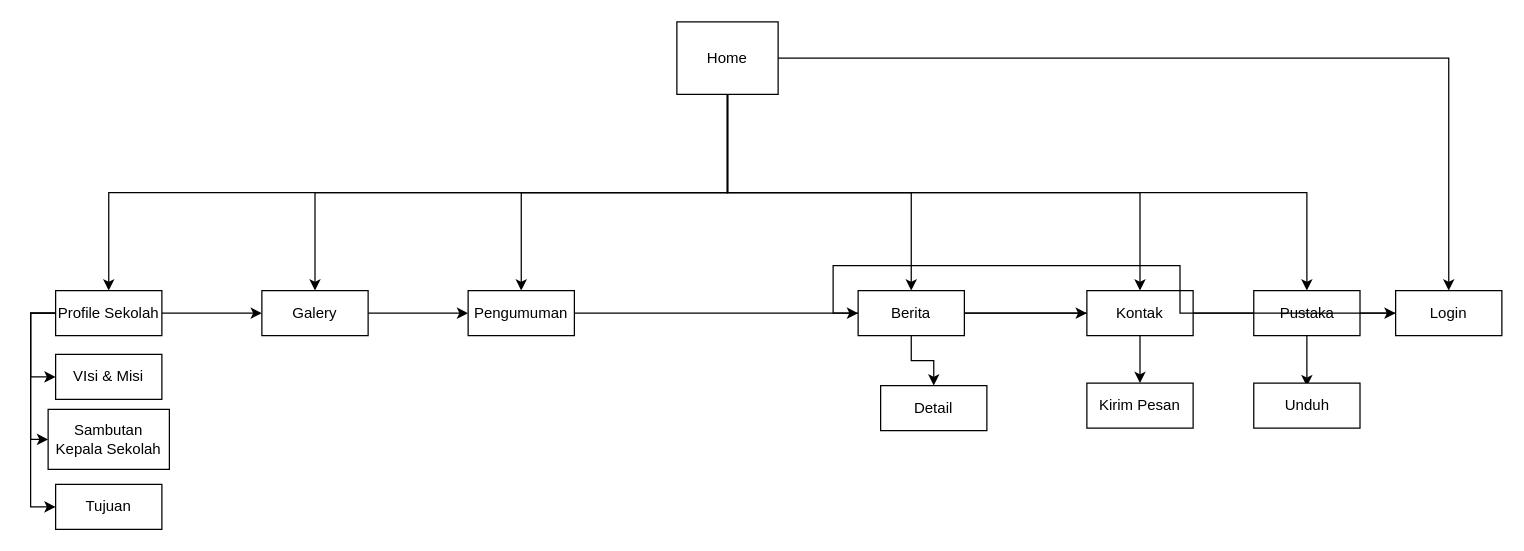
Earlier version of the draw.io diagram page "Page-2" (2 of 4) of Untitled Diagram.drawio (aldonicolaz/siakad-petrus). Source tidied: cells renumbered, new cells numbered last; positions are measured from the earlier drawing's top-left corner, leaving out a move shared by most shapes. Both pictures are drawn from the tidied source at 125%, with x=0, y=0 at pixel (48, 21).
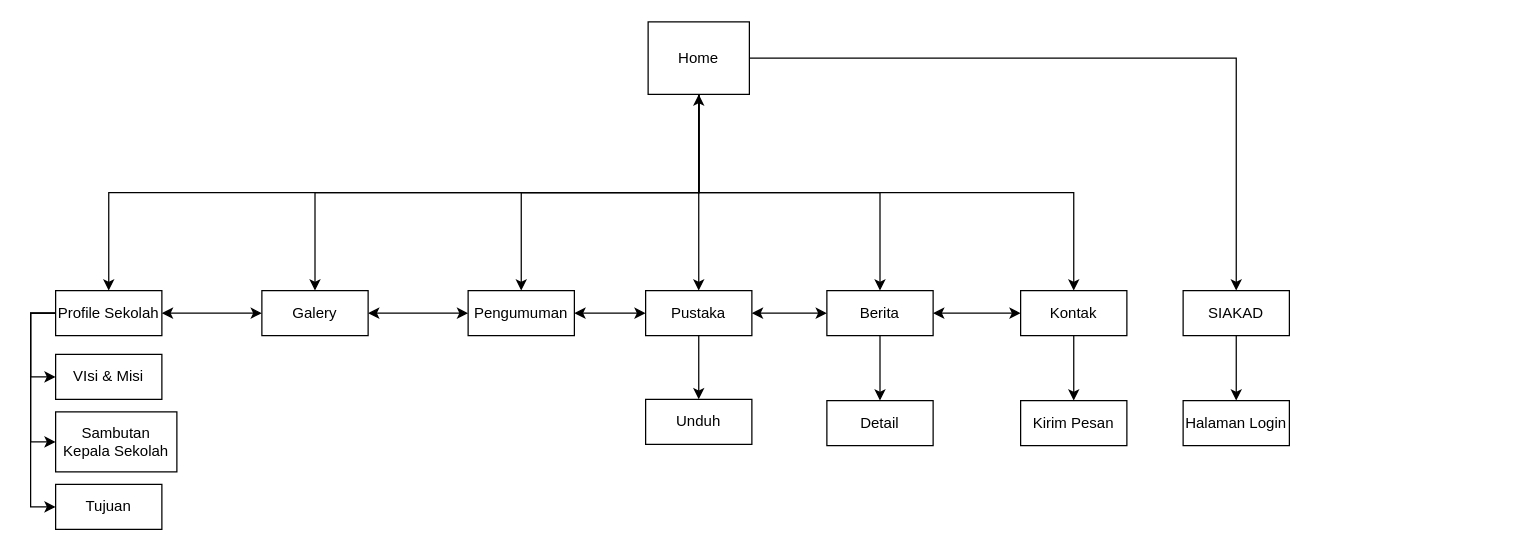
After the change.

Unchanged cells that the change refers to:
```xml
<mxCell id="14" value="Profile Sekolah&lt;br&gt;" style="rounded=0;whiteSpace=wrap;html=1;strokeWidth=1;" parent="1" vertex="1">
  <mxGeometry x="6" y="215" width="85" height="36" as="geometry" />
</mxCell>
<mxCell id="16" value="Galery" style="rounded=0;whiteSpace=wrap;html=1;strokeWidth=1;" parent="1" vertex="1">
  <mxGeometry x="171" y="215" width="85" height="36" as="geometry" />
</mxCell>
<mxCell id="18" value="Pengumuman" style="rounded=0;whiteSpace=wrap;html=1;strokeWidth=1;" parent="1" vertex="1">
  <mxGeometry x="336" y="215" width="85" height="36" as="geometry" />
</mxCell>
<mxCell id="28" value="Tujuan" style="rounded=0;whiteSpace=wrap;html=1;strokeWidth=1;" parent="1" vertex="1">
  <mxGeometry x="6" y="370" width="85" height="36" as="geometry" />
</mxCell>
```

Diff of the diagram source:
```diff
@@
-    <mxCell id="7" style="edgeStyle=orthogonalEdgeStyle;rounded=0;jettySize=auto;html=1;entryX=0.5;entryY=0;entryDx=0;entryDy=0;exitX=0.5;exitY=1;exitDx=0;exitDy=0;strokeWidth=1;" parent="1" edge="1" source="9" target="25">
+    <mxCell id="7" style="edgeStyle=orthogonalEdgeStyle;rounded=0;jettySize=auto;html=1;entryX=0.5;entryY=0;entryDx=0;entryDy=0;exitX=0.5;exitY=1;exitDx=0;exitDy=0;strokeWidth=1;startArrow=classic;startFill=1;" parent="1" edge="1" source="9" target="25">
       <mxGeometry relative="1" as="geometry" />
     </mxCell>
@@
     <mxCell id="9" value="Home" style="rounded=0;whiteSpace=wrap;html=1;strokeWidth=1;" parent="1" vertex="1">
-      <mxGeometry x="503" width="81" height="58" as="geometry" />
+      <mxGeometry x="480" width="81" height="58" as="geometry" />
     </mxCell>
-    <mxCell id="10" style="edgeStyle=orthogonalEdgeStyle;rounded=0;jettySize=auto;html=1;entryX=0;entryY=0.5;entryDx=0;entryDy=0;strokeWidth=1;" parent="1" edge="1" source="14" target="16">
+    <mxCell id="10" style="edgeStyle=orthogonalEdgeStyle;rounded=0;jettySize=auto;html=1;entryX=0;entryY=0.5;entryDx=0;entryDy=0;strokeWidth=1;startArrow=classic;startFill=1;" parent="1" edge="1" source="14" target="16">
       <mxGeometry relative="1" as="geometry" />
     </mxCell>
@@
+    <mxCell id="13" style="edgeStyle=orthogonalEdgeStyle;rounded=0;jettySize=auto;html=1;exitX=0;exitY=0.5;exitDx=0;exitDy=0;entryX=0;entryY=0.5;entryDx=0;entryDy=0;strokeWidth=1;" parent="1" edge="1" source="14" target="28">
+      <mxGeometry relative="1" as="geometry">
+        <Array as="points">
+          <mxPoint x="-14" y="233" />
+          <mxPoint x="-14" y="388" />
+        </Array>
+      </mxGeometry>
+    </mxCell>
-    <mxCell id="12" style="edgeStyle=orthogonalEdgeStyle;rounded=0;jettySize=auto;html=1;exitX=0;exitY=0.5;exitDx=0;exitDy=0;entryX=0;entryY=0.5;entryDx=0;entryDy=0;strokeWidth=1;" parent="1" edge="1" source="14" target="27">
-      <mxGeometry relative="1" as="geometry" />
+    <mxCell id="12" style="edgeStyle=orthogonalEdgeStyle;rounded=0;jettySize=auto;html=1;entryX=0;entryY=0.5;entryDx=0;entryDy=0;strokeWidth=1;" parent="1" edge="1" source="14" target="27">
+      <mxGeometry relative="1" as="geometry">
+        <Array as="points">
+          <mxPoint x="-14" y="233" />
+          <mxPoint x="-14" y="336" />
+        </Array>
+      </mxGeometry>
     </mxCell>
-    <mxCell id="13" style="edgeStyle=orthogonalEdgeStyle;rounded=0;jettySize=auto;html=1;exitX=0;exitY=0.5;exitDx=0;exitDy=0;entryX=0;entryY=0.5;entryDx=0;entryDy=0;strokeWidth=1;" parent="1" edge="1" source="14" target="28">
-      <mxGeometry relative="1" as="geometry" />
-    </mxCell>
@@
-    <mxCell id="15" style="edgeStyle=orthogonalEdgeStyle;rounded=0;jettySize=auto;html=1;strokeWidth=1;" parent="1" edge="1" source="16" target="18">
+    <mxCell id="15" style="edgeStyle=orthogonalEdgeStyle;rounded=0;jettySize=auto;html=1;strokeWidth=1;startArrow=classic;startFill=1;" parent="1" edge="1" source="16" target="18">
       <mxGeometry relative="1" as="geometry" />
     </mxCell>
@@
-    <mxCell id="17" style="edgeStyle=orthogonalEdgeStyle;rounded=0;jettySize=auto;html=1;entryX=0;entryY=0.5;entryDx=0;entryDy=0;strokeWidth=1;" parent="1" edge="1" source="18" target="33">
-      <mxGeometry relative="1" as="geometry" />
-    </mxCell>
@@
-    <mxCell id="19" style="edgeStyle=orthogonalEdgeStyle;rounded=0;jettySize=auto;html=1;strokeWidth=1;" parent="1" edge="1" source="21" target="23">
-      <mxGeometry relative="1" as="geometry" />
-    </mxCell>
-    <mxCell id="20" style="edgeStyle=orthogonalEdgeStyle;rounded=0;jettySize=auto;html=1;strokeWidth=1;" parent="1" edge="1" source="21" target="30">
+    <mxCell id="20" style="edgeStyle=orthogonalEdgeStyle;rounded=0;jettySize=auto;html=1;startArrow=none;startFill=0;strokeWidth=1;" parent="1" edge="1" source="21" target="30">
       <mxGeometry relative="1" as="geometry" />
     </mxCell>
     <mxCell id="21" value="Berita" style="rounded=0;whiteSpace=wrap;html=1;strokeWidth=1;" parent="1" vertex="1">
-      <mxGeometry x="648" y="215" width="85" height="36" as="geometry" />
+      <mxGeometry x="623" y="215" width="85" height="36" as="geometry" />
     </mxCell>
@@
+    <mxCell id="34" style="edgeStyle=orthogonalEdgeStyle;rounded=0;jettySize=auto;html=1;strokeWidth=1;startArrow=classic;startFill=1;" parent="1" edge="1" source="23" target="21">
+      <mxGeometry relative="1" as="geometry" />
+    </mxCell>
     <mxCell id="23" value="Kontak" style="rounded=0;whiteSpace=wrap;html=1;strokeWidth=1;" parent="1" vertex="1">
-      <mxGeometry x="831" y="215" width="85" height="36" as="geometry" />
+      <mxGeometry x="778" y="215" width="85" height="36" as="geometry" />
     </mxCell>
-    <mxCell id="24" style="edgeStyle=orthogonalEdgeStyle;rounded=0;jettySize=auto;html=1;strokeWidth=1;" parent="1" edge="1" source="25">
-      <mxGeometry relative="1" as="geometry">
-        <mxPoint x="1007" y="291.6" as="targetPoint" />
-      </mxGeometry>
-    </mxCell>
-    <mxCell id="25" value="Pustaka" style="rounded=0;whiteSpace=wrap;html=1;strokeWidth=1;" parent="1" vertex="1">
-      <mxGeometry x="964.5" y="215" width="85" height="36" as="geometry" />
-    </mxCell>
@@
     <mxCell id="27" value="Sambutan Kepala Sekolah" style="rounded=0;whiteSpace=wrap;html=1;strokeWidth=1;" parent="1" vertex="1">
-      <mxGeometry y="310" width="97" height="48" as="geometry" />
+      <mxGeometry x="6" y="312" width="97" height="48" as="geometry" />
     </mxCell>
@@
     <mxCell id="29" value="Unduh" style="rounded=0;whiteSpace=wrap;html=1;strokeWidth=1;" parent="1" vertex="1">
-      <mxGeometry x="964.5" y="289" width="85" height="36" as="geometry" />
+      <mxGeometry x="478" y="302" width="85" height="36" as="geometry" />
     </mxCell>
     <mxCell id="30" value="Detail" style="rounded=0;whiteSpace=wrap;html=1;strokeWidth=1;" parent="1" vertex="1">
-      <mxGeometry x="666" y="291" width="85" height="36" as="geometry" />
+      <mxGeometry x="623" y="303" width="85" height="36" as="geometry" />
     </mxCell>
     <mxCell id="31" value="Kirim Pesan" style="rounded=0;whiteSpace=wrap;html=1;strokeWidth=1;" parent="1" vertex="1">
-      <mxGeometry x="831" y="289" width="85" height="36" as="geometry" />
+      <mxGeometry x="778" y="303" width="85" height="36" as="geometry" />
     </mxCell>
-    <mxCell id="32" style="edgeStyle=orthogonalEdgeStyle;rounded=0;jettySize=auto;html=1;entryX=0;entryY=0.5;entryDx=0;entryDy=0;strokeWidth=1;" parent="1" edge="1" source="33" target="21">
-      <mxGeometry relative="1" as="geometry" />
-    </mxCell>
+    <mxCell id="35" style="edgeStyle=orthogonalEdgeStyle;rounded=0;jettySize=auto;html=1;startArrow=none;startFill=0;strokeWidth=1;" parent="1" edge="1" source="33" target="36">
+      <mxGeometry relative="1" as="geometry" />
+    </mxCell>
-    <mxCell id="33" value="Login" style="rounded=0;whiteSpace=wrap;html=1;strokeWidth=1;" parent="1" vertex="1">
-      <mxGeometry x="1078" y="215" width="85" height="36" as="geometry" />
+    <mxCell id="33" value="SIAKAD" style="rounded=0;whiteSpace=wrap;html=1;strokeWidth=1;" parent="1" vertex="1">
+      <mxGeometry x="908" y="215" width="85" height="36" as="geometry" />
     </mxCell>
+    <mxCell id="36" value="Halaman Login" style="rounded=0;whiteSpace=wrap;html=1;strokeWidth=1;" parent="1" vertex="1">
+      <mxGeometry x="908" y="303" width="85" height="36" as="geometry" />
+    </mxCell>
+    <mxCell id="37" style="edgeStyle=orthogonalEdgeStyle;rounded=0;jettySize=auto;html=1;strokeWidth=1;startArrow=classic;startFill=1;" parent="1" edge="1" source="25" target="21">
+      <mxGeometry relative="1" as="geometry" />
+    </mxCell>
+    <mxCell id="38" style="edgeStyle=orthogonalEdgeStyle;rounded=0;jettySize=auto;html=1;startArrow=none;startFill=0;strokeWidth=1;" parent="1" edge="1" source="25" target="29">
+      <mxGeometry relative="1" as="geometry" />
+    </mxCell>
+    <mxCell id="25" value="Pustaka" style="rounded=0;whiteSpace=wrap;html=1;strokeWidth=1;" parent="1" vertex="1">
+      <mxGeometry x="478" y="215" width="85" height="36" as="geometry" />
+    </mxCell>
+    <mxCell id="39" style="edgeStyle=orthogonalEdgeStyle;rounded=0;jettySize=auto;html=1;entryX=0;entryY=0.5;entryDx=0;entryDy=0;strokeWidth=1;startArrow=classic;startFill=1;" parent="1" edge="1" source="18" target="25">
+      <mxGeometry relative="1" as="geometry" />
+    </mxCell>
```
